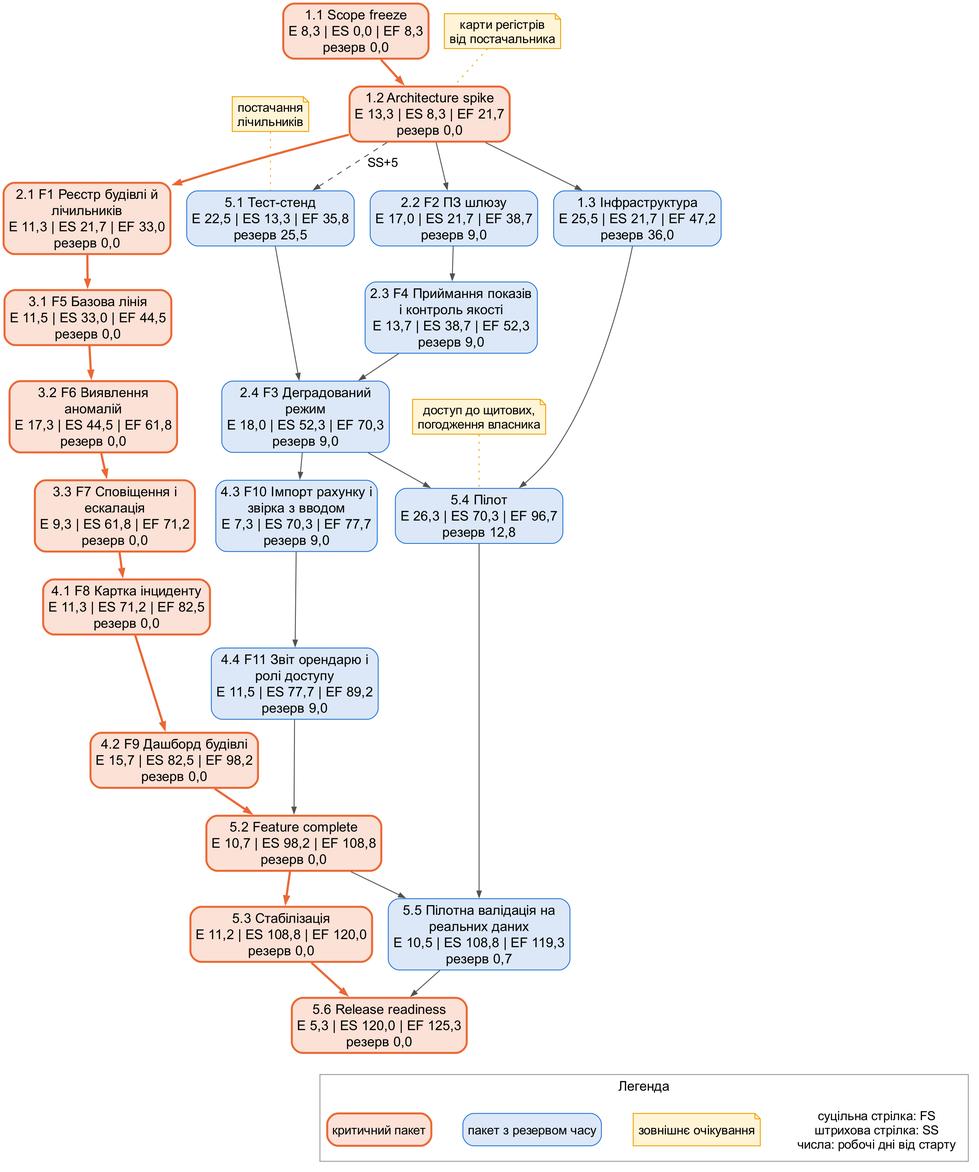
This is lab2/out/fig_network.png from constantinemakoid/kai-software-economics, a Graphviz export, as it was before one commit. Its source is kept beside it as lab2/out/fig_network.dot.
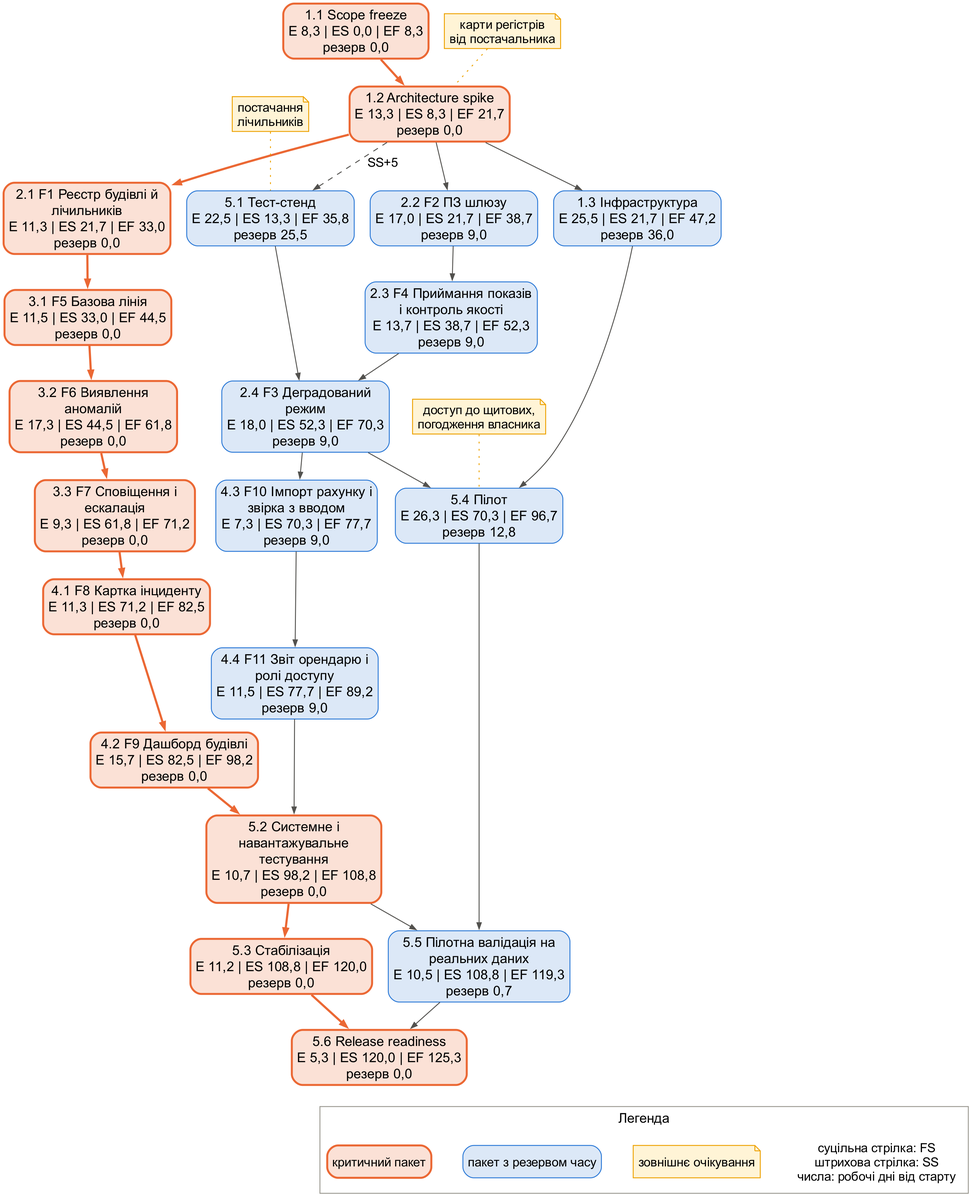
The same file after the commit.

Diff of the diagram source:
```diff
@@ -17,7 +17,7 @@
 n4_3 [label="4.3 F10 Імпорт рахунку і\nзвірка з вводом\nE 7,3 | ES 70,3 | EF 77,7\nрезерв 9,0", fillcolor="#dce8f7", color="#2a78d6"];
 n4_4 [label="4.4 F11 Звіт орендарю і\nролі доступу\nE 11,5 | ES 77,7 | EF 89,2\nрезерв 9,0", fillcolor="#dce8f7", color="#2a78d6"];
 n5_1 [label="5.1 Тест-стенд\nE 22,5 | ES 13,3 | EF 35,8\nрезерв 25,5", fillcolor="#dce8f7", color="#2a78d6"];
-n5_2 [label="5.2 Feature complete\nE 10,7 | ES 98,2 | EF 108,8\nрезерв 0,0", fillcolor="#fbe1d6", color="#eb6834", penwidth=2.2];
+n5_2 [label="5.2 Системне і\nнавантажувальне\nтестування\nE 10,7 | ES 98,2 | EF 108,8\nрезерв 0,0", fillcolor="#fbe1d6", color="#eb6834", penwidth=2.2];
 n5_3 [label="5.3 Стабілізація\nE 11,2 | ES 108,8 | EF 120,0\nрезерв 0,0", fillcolor="#fbe1d6", color="#eb6834", penwidth=2.2];
 n5_4 [label="5.4 Пілот\nE 26,3 | ES 70,3 | EF 96,7\nрезерв 12,8", fillcolor="#dce8f7", color="#2a78d6"];
 n5_5 [label="5.5 Пілотна валідація на\nреальних даних\nE 10,5 | ES 108,8 | EF 119,3\nрезерв 0,7", fillcolor="#dce8f7", color="#2a78d6"];
```
